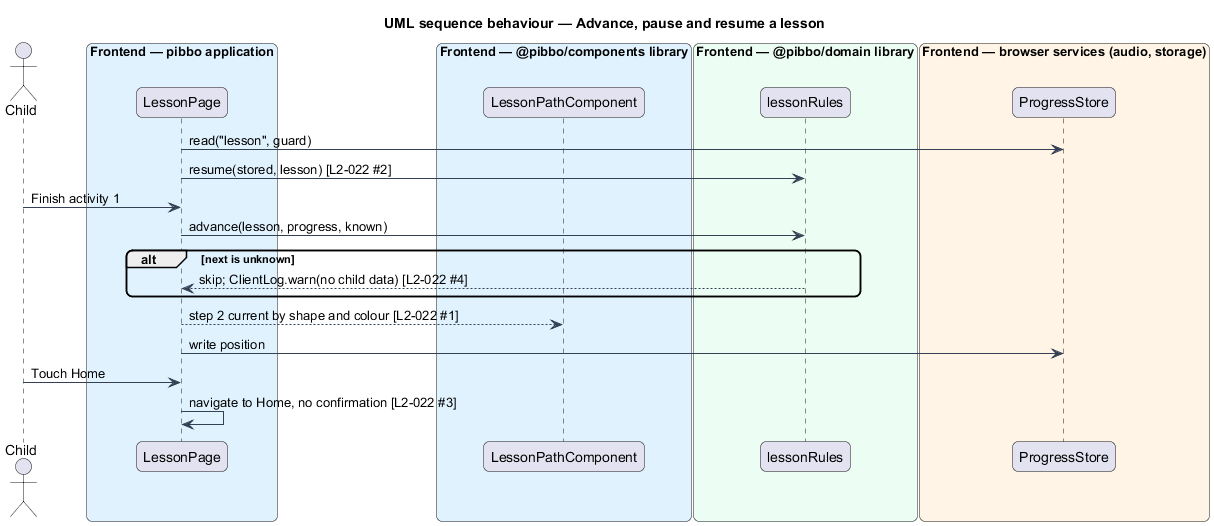
QuinntyneBrown/pibbo keeps this PlantUML diagram as docs/detailed-designs/lessons/guided-lesson/diagrams/sequence-advance-and-resume.png. Above is the earlier version.
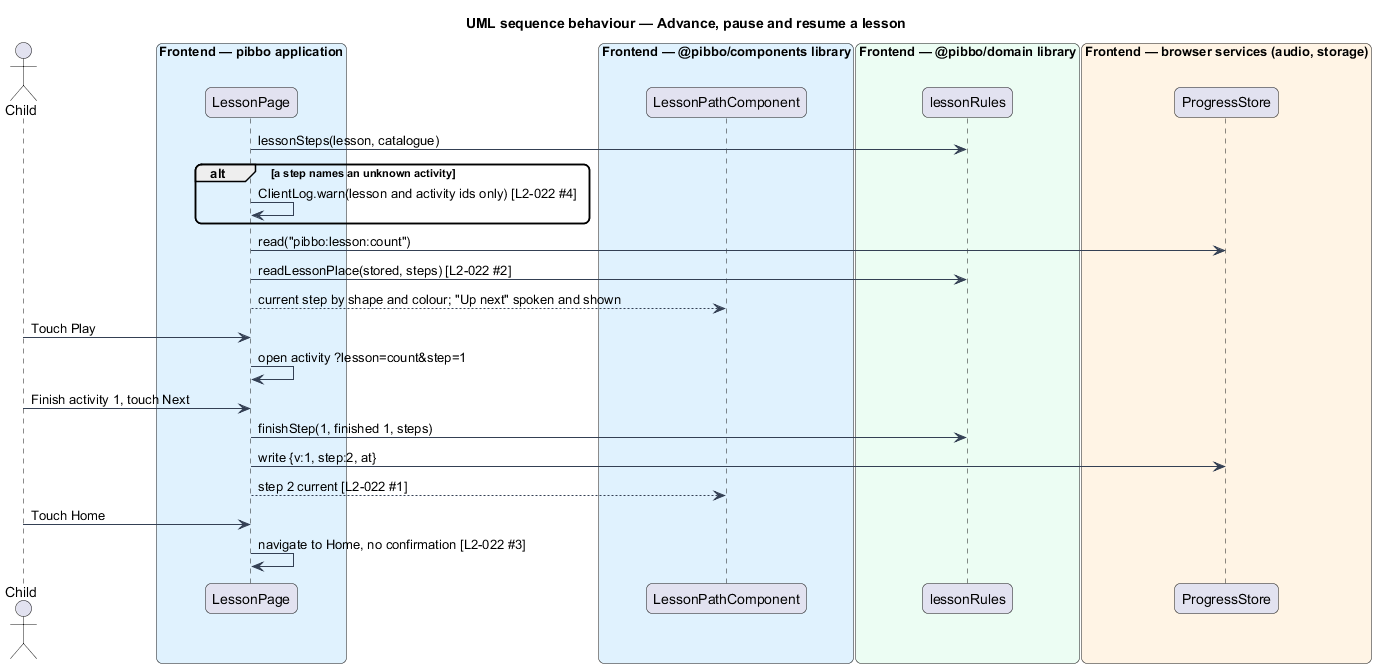
Above is the later version.

What changed in the source:
```diff
@@ -18,15 +18,19 @@
 box "Frontend — browser services (audio, storage)" #FFF4E5
   participant "ProgressStore" as store
 end box
-page -> store : read("lesson", guard)
-page -> rules : resume(stored, lesson) [L2-022 #2]
-actor -> page : Finish activity 1
-page -> rules : advance(lesson, progress, known)
-alt next is unknown
-  rules --> page : skip; ClientLog.warn(no child data) [L2-022 #4]
+page -> rules : lessonSteps(lesson, catalogue)
+alt a step names an unknown activity
+  page -> page : ClientLog.warn(lesson and activity ids only) [L2-022 #4]
 end
-page --> path : step 2 current by shape and colour [L2-022 #1]
-page -> store : write position
+page -> store : read("pibbo:lesson:count")
+page -> rules : readLessonPlace(stored, steps) [L2-022 #2]
+page --> path : current step by shape and colour; "Up next" spoken and shown
+actor -> page : Touch Play
+page -> page : open activity ?lesson=count&step=1
+actor -> page : Finish activity 1, touch Next
+page -> rules : finishStep(1, finished 1, steps)
+page -> store : write {v:1, step:2, at}
+page --> path : step 2 current [L2-022 #1]
 actor -> page : Touch Home
 page -> page : navigate to Home, no confirmation [L2-022 #3]
 @enduml
```
